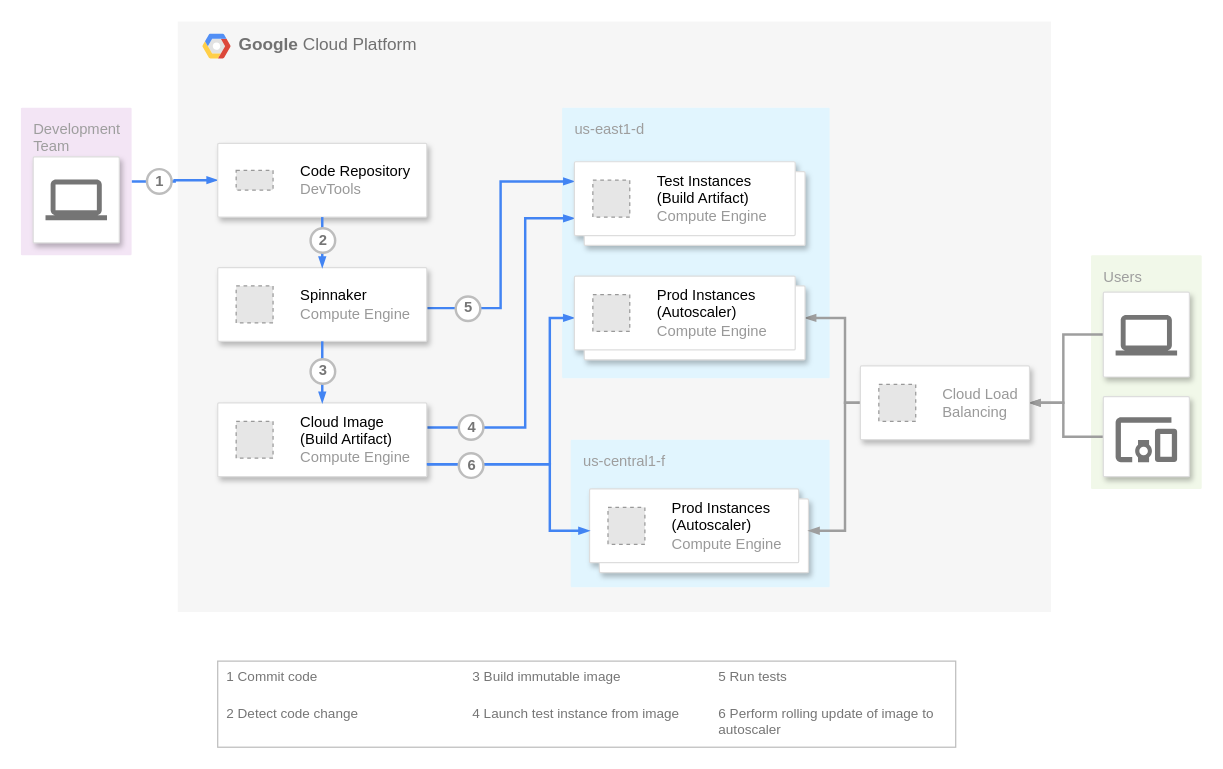
Earlier version of the draw.io diagram cloudlab.drawio (khuedoan/diagrams). Source tidied: cells renumbered, new cells numbered last; positions are measured from the earlier drawing's top-left corner, leaving out a move shared by most shapes. Both pictures are drawn from the tidied source at 123%, with x=0, y=0 at pixel (20, 21). Pictures stored in the file or linked from it are replaced by grey dashed boxes.
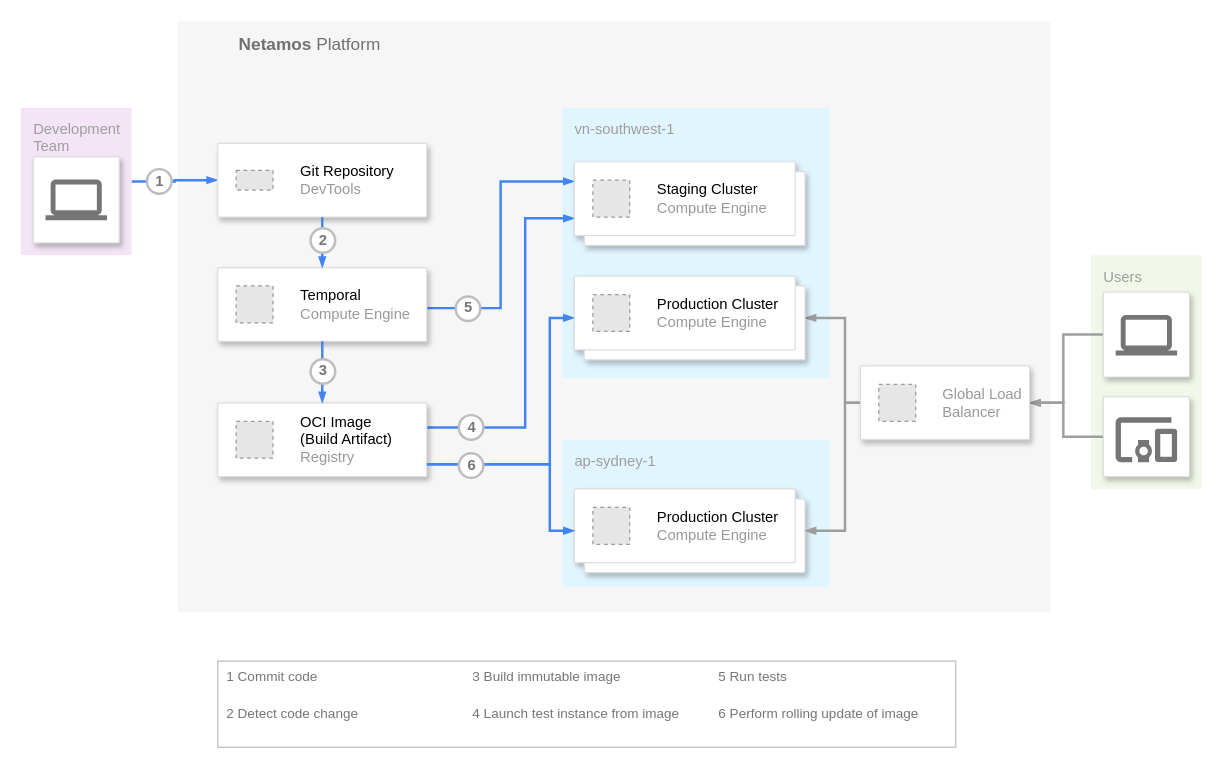
The same page after the edit.

Unchanged cells that the change refers to:
```xml
<mxCell id="15" style="fillColor=#ffffff;strokeColor=#BDBDBD;strokeWidth=1;shadow=0;gradientColor=none;fontSize=10;fontColor=#9E9E9E;align=center;html=1;" parent="1" vertex="1">
  <mxGeometry x="160.5" y="520" width="600" height="70" as="geometry" />
</mxCell>
<mxCell id="22" style="shape=mxgraph.gcp2.doubleRect;strokeColor=#dddddd;shadow=1;strokeWidth=1;rounded=1;absoluteArcSize=1;arcSize=2;" parent="1" vertex="1">
  <mxGeometry x="450.5" y="114" width="187.5" height="68" as="geometry" />
</mxCell>
<mxCell id="24" style="shape=mxgraph.gcp2.doubleRect;strokeColor=#dddddd;shadow=1;strokeWidth=1;rounded=1;absoluteArcSize=1;arcSize=2;" parent="1" vertex="1">
  <mxGeometry x="450.5" y="207" width="187.5" height="68" as="geometry" />
</mxCell>
<mxCell id="27" style="strokeColor=#dddddd;shadow=1;strokeWidth=1;rounded=1;absoluteArcSize=1;arcSize=2;" parent="1" vertex="1">
  <mxGeometry x="160.5" y="99" width="170" height="60" as="geometry" />
</mxCell>
<mxCell id="29" style="strokeColor=#dddddd;shadow=1;strokeWidth=1;rounded=1;absoluteArcSize=1;arcSize=2;" parent="1" vertex="1">
  <mxGeometry x="160.5" y="200" width="170" height="60" as="geometry" />
</mxCell>
<mxCell id="32" style="strokeColor=#dddddd;shadow=1;strokeWidth=1;rounded=1;absoluteArcSize=1;arcSize=2;" parent="1" vertex="1">
  <mxGeometry x="160.5" y="310" width="170" height="60" as="geometry" />
</mxCell>
<mxCell id="47" style="strokeColor=#dddddd;shadow=1;strokeWidth=1;rounded=1;absoluteArcSize=1;arcSize=2;" parent="1" vertex="1">
  <mxGeometry x="683" y="280" width="137.5" height="60" as="geometry" />
</mxCell>
```

Diff of the diagram source:
```diff
@@
-    <mxCell id="2" value="&lt;b&gt;Google &lt;/b&gt;Cloud Platform" style="fillColor=#F6F6F6;strokeColor=none;shadow=0;gradientColor=none;fontSize=14;align=left;spacing=10;fontColor=#717171;9E9E9E;verticalAlign=top;spacingTop=-4;fontStyle=0;spacingLeft=40;html=1;" parent="1" vertex="1">
+    <mxCell id="2" value="&lt;b&gt;Netamos&lt;/b&gt;&amp;nbsp;Platform" style="fillColor=#F6F6F6;strokeColor=none;shadow=0;gradientColor=none;fontSize=14;align=left;spacing=10;fontColor=#717171;9E9E9E;verticalAlign=top;spacingTop=-4;fontStyle=0;spacingLeft=40;html=1;" parent="1" vertex="1">
       <mxGeometry x="128" width="710" height="480" as="geometry" />
     </mxCell>
-    <mxCell id="3" value="us-east1-d" style="rounded=1;absoluteArcSize=1;arcSize=2;html=1;strokeColor=none;gradientColor=none;shadow=0;dashed=0;strokeColor=none;fontSize=12;fontColor=#9E9E9E;align=left;verticalAlign=top;spacing=10;spacingTop=-4;fillColor=#E1F5FE;" parent="1" vertex="1">
+    <mxCell id="3" value="vn-southwest-1" style="rounded=1;absoluteArcSize=1;arcSize=2;html=1;strokeColor=none;gradientColor=none;shadow=0;dashed=0;strokeColor=none;fontSize=12;fontColor=#9E9E9E;align=left;verticalAlign=top;spacing=10;spacingTop=-4;fillColor=#E1F5FE;" parent="1" vertex="1">
       <mxGeometry x="440.5" y="70" width="217.5" height="220" as="geometry" />
     </mxCell>
@@
-    <mxCell id="21" value="6 Perform rolling update of image to autoscaler" style="strokeColor=none;fillColor=none;fontColor=#757575;align=left;html=1;fontStyle=0;spacingLeft=5;fontSize=11;verticalAlign=top;whiteSpace=wrap;spacingRight=5;" parent="15" vertex="1">
+    <mxCell id="21" value="6 Perform rolling update of image" style="strokeColor=none;fillColor=none;fontColor=#757575;align=left;html=1;fontStyle=0;spacingLeft=5;fontSize=11;verticalAlign=top;whiteSpace=wrap;spacingRight=5;" parent="15" vertex="1">
       <mxGeometry width="200" height="30" relative="1" as="geometry">
         <mxPoint x="400" y="30" as="offset" />
       </mxGeometry>
     </mxCell>
@@
-    <mxCell id="23" value="&lt;font color=&quot;#000000&quot;&gt;Test Instances&lt;br&gt;(Build Artifact)&lt;/font&gt;&lt;br&gt;Compute Engine" style="fillColor=#E6E6E6;strokeColor=#999999;dashed=1;html=1;fontColor=#999999;verticalLabelPosition=middle;verticalAlign=middle;labelPosition=right;align=left;spacingLeft=20;" parent="22" vertex="1">
+    <mxCell id="23" value="&lt;font color=&quot;#000000&quot;&gt;Staging Cluster&lt;br&gt;&lt;/font&gt;Compute Engine" style="fillColor=#E6E6E6;strokeColor=#999999;dashed=1;html=1;fontColor=#999999;verticalLabelPosition=middle;verticalAlign=middle;labelPosition=right;align=left;spacingLeft=20;" parent="22" vertex="1">
       <mxGeometry width="30" height="30" relative="1" as="geometry">
         <mxPoint x="15" y="15" as="offset" />
       </mxGeometry>
     </mxCell>
@@
-    <mxCell id="25" value="&lt;font color=&quot;#000000&quot;&gt;Prod Instances&lt;br&gt;(Autoscaler)&lt;/font&gt;&lt;br&gt;Compute Engine" style="fillColor=#E6E6E6;strokeColor=#999999;dashed=1;html=1;fontColor=#999999;verticalLabelPosition=middle;verticalAlign=middle;labelPosition=right;align=left;spacingLeft=20;" parent="24" vertex="1">
+    <mxCell id="25" value="&lt;font color=&quot;#000000&quot;&gt;Production Cluster&lt;br&gt;&lt;/font&gt;Compute Engine" style="fillColor=#E6E6E6;strokeColor=#999999;dashed=1;html=1;fontColor=#999999;verticalLabelPosition=middle;verticalAlign=middle;labelPosition=right;align=left;spacingLeft=20;" parent="24" vertex="1">
       <mxGeometry width="30" height="30" relative="1" as="geometry">
         <mxPoint x="15" y="15" as="offset" />
       </mxGeometry>
     </mxCell>
-    <mxCell id="26" style="shape=mxgraph.gcp2.google_cloud_platform;fillColor=#F6F6F6;strokeColor=none;shadow=0;gradientColor=none;" parent="1" vertex="1">
-      <mxGeometry x="148" y="10" width="23" height="20" as="geometry">
-        <mxPoint x="20" y="10" as="offset" />
-      </mxGeometry>
-    </mxCell>
@@
-    <mxCell id="28" value="&lt;font color=&quot;#000000&quot;&gt;Code Repository&lt;/font&gt;&lt;br&gt;DevTools" style="fillColor=#E6E6E6;strokeColor=#999999;dashed=1;html=1;fontColor=#999999;verticalLabelPosition=middle;verticalAlign=middle;labelPosition=right;align=left;spacingLeft=20;" parent="27" vertex="1">
+    <mxCell id="28" value="&lt;font color=&quot;#000000&quot;&gt;Git Repository&lt;/font&gt;&lt;br&gt;DevTools" style="fillColor=#E6E6E6;strokeColor=#999999;dashed=1;html=1;fontColor=#999999;verticalLabelPosition=middle;verticalAlign=middle;labelPosition=right;align=left;spacingLeft=20;" parent="27" vertex="1">
       <mxGeometry width="30" height="16" relative="1" as="geometry">
         <mxPoint x="15" y="22" as="offset" />
       </mxGeometry>
     </mxCell>
@@
-    <mxCell id="30" value="&lt;font color=&quot;#000000&quot;&gt;Spinnaker&lt;/font&gt;&lt;br&gt;Compute Engine" style="fillColor=#E6E6E6;strokeColor=#999999;dashed=1;html=1;fontColor=#999999;verticalLabelPosition=middle;verticalAlign=middle;labelPosition=right;align=left;spacingLeft=20;" parent="29" vertex="1">
+    <mxCell id="30" value="&lt;font color=&quot;#000000&quot;&gt;Temporal&lt;/font&gt;&lt;br&gt;Compute Engine" style="fillColor=#E6E6E6;strokeColor=#999999;dashed=1;html=1;fontColor=#999999;verticalLabelPosition=middle;verticalAlign=middle;labelPosition=right;align=left;spacingLeft=20;" parent="29" vertex="1">
       <mxGeometry width="30" height="30" relative="1" as="geometry">
         <mxPoint x="15" y="15" as="offset" />
       </mxGeometry>
     </mxCell>
@@
-    <mxCell id="33" value="&lt;font color=&quot;#000000&quot;&gt;Cloud Image&lt;br&gt;(Build Artifact)&lt;/font&gt;&lt;br&gt;Compute Engine" style="fillColor=#E6E6E6;strokeColor=#999999;dashed=1;html=1;fontColor=#999999;verticalLabelPosition=middle;verticalAlign=middle;labelPosition=right;align=left;spacingLeft=20;" parent="32" vertex="1">
+    <mxCell id="33" value="&lt;font color=&quot;#000000&quot;&gt;OCI Image&lt;br&gt;(Build Artifact)&lt;/font&gt;&lt;br&gt;Registry" style="fillColor=#E6E6E6;strokeColor=#999999;dashed=1;html=1;fontColor=#999999;verticalLabelPosition=middle;verticalAlign=middle;labelPosition=right;align=left;spacingLeft=20;" parent="32" vertex="1">
       <mxGeometry width="30" height="30" relative="1" as="geometry">
         <mxPoint x="15" y="15" as="offset" />
       </mxGeometry>
     </mxCell>
@@
-    <mxCell id="35" value="us-central1-f" style="rounded=1;absoluteArcSize=1;arcSize=2;html=1;strokeColor=none;gradientColor=none;shadow=0;dashed=0;strokeColor=none;fontSize=12;fontColor=#9E9E9E;align=left;verticalAlign=top;spacing=10;spacingTop=-4;fillColor=#E1F5FE;" parent="1" vertex="1">
-      <mxGeometry x="447.5" y="340" width="210.5" height="120" as="geometry" />
+    <mxCell id="35" value="ap-sydney-1" style="rounded=1;absoluteArcSize=1;arcSize=2;html=1;strokeColor=none;gradientColor=none;shadow=0;dashed=0;strokeColor=none;fontSize=12;fontColor=#9E9E9E;align=left;verticalAlign=top;spacing=10;spacingTop=-4;fillColor=#E1F5FE;" parent="1" vertex="1">
+      <mxGeometry x="440.5" y="340" width="217.5" height="120" as="geometry" />
     </mxCell>
@@
     <mxCell id="43" style="shape=mxgraph.gcp2.doubleRect;strokeColor=#dddddd;shadow=1;strokeWidth=1;rounded=1;absoluteArcSize=1;arcSize=2;" parent="1" vertex="1">
-      <mxGeometry x="462.8" y="380" width="178" height="68" as="geometry" />
+      <mxGeometry x="450.5" y="380" width="187.5" height="68" as="geometry" />
     </mxCell>
-    <mxCell id="44" value="&lt;font color=&quot;#000000&quot;&gt;Prod Instances&lt;br&gt;(Autoscaler)&lt;/font&gt;&lt;br&gt;Compute Engine" style="fillColor=#E6E6E6;strokeColor=#999999;dashed=1;html=1;fontColor=#999999;verticalLabelPosition=middle;verticalAlign=middle;labelPosition=right;align=left;spacingLeft=20;" parent="43" vertex="1">
+    <mxCell id="44" value="&lt;font color=&quot;#000000&quot;&gt;Production Cluster&lt;/font&gt;&lt;br&gt;Compute Engine" style="fillColor=#E6E6E6;strokeColor=#999999;dashed=1;html=1;fontColor=#999999;verticalLabelPosition=middle;verticalAlign=middle;labelPosition=right;align=left;spacingLeft=20;" parent="43" vertex="1">
       <mxGeometry width="30" height="30" relative="1" as="geometry">
         <mxPoint x="15" y="15" as="offset" />
       </mxGeometry>
     </mxCell>
@@
-    <mxCell id="48" value="Cloud Load&lt;br&gt;Balancing" style="fillColor=#E6E6E6;strokeColor=#999999;dashed=1;html=1;fontColor=#999999;verticalLabelPosition=middle;verticalAlign=middle;labelPosition=right;align=left;spacingLeft=20;" parent="47" vertex="1">
+    <mxCell id="48" value="Global Load&lt;div&gt;Balancer&lt;/div&gt;" style="fillColor=#E6E6E6;strokeColor=#999999;dashed=1;html=1;fontColor=#999999;verticalLabelPosition=middle;verticalAlign=middle;labelPosition=right;align=left;spacingLeft=20;" parent="47" vertex="1">
       <mxGeometry width="30" height="30" relative="1" as="geometry">
         <mxPoint x="15" y="15" as="offset" />
       </mxGeometry>
     </mxCell>
```
